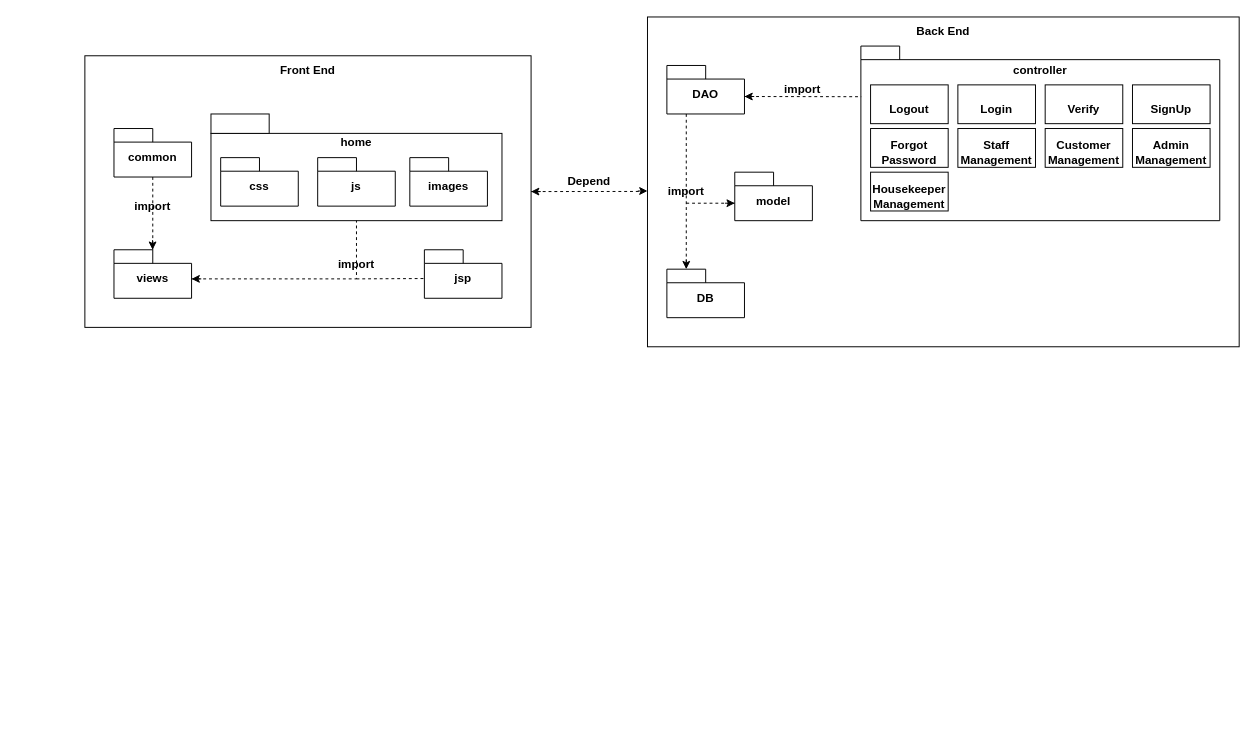
Earlier version of the draw.io diagram Untitled Diagram.drawio (AkaiZed/flowchat). Source tidied: cells renumbered, new cells numbered last; positions are measured from the earlier drawing's top-left corner, leaving out a move shared by most shapes. Both pictures are drawn from the tidied source at 97%, with x=0, y=0 at pixel (84, 16).
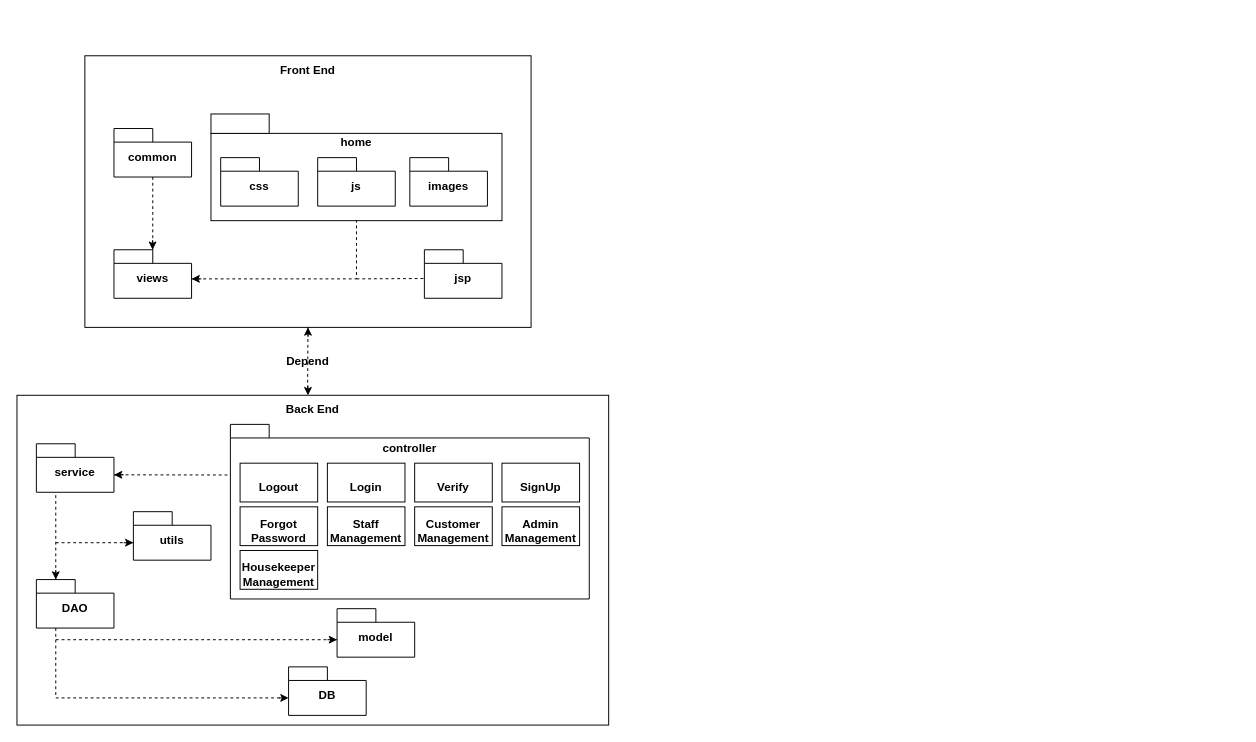
The same diagram, later.

The change refers to these unchanged cells:
```xml
<mxCell id="2" value="&lt;p&gt;&lt;br&gt;&lt;/p&gt;" style="rounded=0;whiteSpace=wrap;html=1;" parent="1" vertex="1">
  <mxGeometry y="40" width="460" height="280" as="geometry" />
</mxCell>
```

Diff of the diagram source:
```diff
@@
-    <mxCell id="18" value="import" style="text;html=1;align=center;verticalAlign=middle;whiteSpace=wrap;rounded=0;fontFamily=Helvetica;fontSize=12;fontColor=default;fontStyle=1;" parent="1" vertex="1">
-      <mxGeometry x="250" y="240" width="60" height="30" as="geometry" />
-    </mxCell>
-    <mxCell id="19" value="import" style="text;html=1;align=center;verticalAlign=middle;whiteSpace=wrap;rounded=0;fontFamily=Helvetica;fontSize=12;fontColor=default;fontStyle=1;" parent="1" vertex="1">
-      <mxGeometry x="40" y="180" width="60" height="30" as="geometry" />
-    </mxCell>
     <mxCell id="20" style="rounded=0;whiteSpace=wrap;html=1;strokeColor=default;align=center;verticalAlign=middle;spacingTop=10;fontFamily=Helvetica;fontSize=12;fontColor=default;fontStyle=1;fillColor=default;" parent="1" vertex="1">
-      <mxGeometry x="580" width="610" height="340" as="geometry" />
+      <mxGeometry x="-70" y="390" width="610" height="340" as="geometry" />
     </mxCell>
-    <mxCell id="21" style="endArrow=none;dashed=1;html=1;rounded=0;fontFamily=Helvetica;fontSize=12;fontColor=default;fontStyle=1;exitX=1;exitY=0.5;exitDx=0;exitDy=0;entryX=0;entryY=0.529;entryDx=0;entryDy=0;entryPerimeter=0;" parent="1" edge="1" source="2" target="20">
+    <mxCell id="21" style="endArrow=none;dashed=1;html=1;rounded=0;fontFamily=Helvetica;fontSize=12;fontColor=default;fontStyle=1;exitX=0.5;exitY=1;exitDx=0;exitDy=0;entryX=0.41;entryY=-0.028;entryDx=0;entryDy=0;entryPerimeter=0;" parent="1" edge="1" source="2" target="25">
       <mxGeometry relative="1" as="geometry" />
     </mxCell>
-    <mxCell id="22" style="endArrow=classic;html=1;rounded=0;fontFamily=Helvetica;fontSize=12;fontColor=default;fontStyle=1;" parent="1" edge="1">
+    <mxCell id="22" style="endArrow=classic;html=1;rounded=0;fontFamily=Helvetica;fontSize=12;fontColor=default;fontStyle=1;entryX=0.5;entryY=1;entryDx=0;entryDy=0;" parent="1" edge="1" target="2">
       <mxGeometry relative="1" as="geometry">
-        <mxPoint x="470" y="180" as="sourcePoint" />
-        <mxPoint x="460" y="180" as="targetPoint" />
+        <mxPoint x="230" y="330" as="sourcePoint" />
       </mxGeometry>
     </mxCell>
     <mxCell id="23" style="endArrow=classic;html=1;rounded=0;fontFamily=Helvetica;fontSize=12;fontColor=default;fontStyle=1;" parent="1" edge="1">
       <mxGeometry relative="1" as="geometry">
-        <mxPoint x="570" y="179.4" as="sourcePoint" />
-        <mxPoint x="580" y="179.4" as="targetPoint" />
+        <mxPoint x="230" y="380" as="sourcePoint" />
+        <mxPoint x="230" y="390" as="targetPoint" />
       </mxGeometry>
     </mxCell>
     <mxCell id="24" value="Depend" style="text;html=1;align=center;verticalAlign=middle;whiteSpace=wrap;rounded=0;fontFamily=Helvetica;fontSize=12;fontColor=default;fontStyle=1;" parent="1" vertex="1">
-      <mxGeometry x="490" y="155" width="60" height="30" as="geometry" />
+      <mxGeometry x="200" y="340" width="60" height="30" as="geometry" />
     </mxCell>
     <mxCell id="25" value="Back End" style="text;html=1;align=center;verticalAlign=middle;whiteSpace=wrap;rounded=0;fontFamily=Helvetica;fontSize=12;fontColor=default;fontStyle=1;" parent="1" vertex="1">
-      <mxGeometry x="855" width="60" height="30" as="geometry" />
+      <mxGeometry x="205" y="390" width="60" height="30" as="geometry" />
     </mxCell>
     <mxCell id="26" value="model" style="shape=folder;fontStyle=1;spacingTop=10;tabWidth=40;tabHeight=14;tabPosition=left;html=1;whiteSpace=wrap;" parent="1" vertex="1">
-      <mxGeometry x="670" y="160" width="80" height="50" as="geometry" />
+      <mxGeometry x="260" y="610" width="80" height="50" as="geometry" />
     </mxCell>
     <mxCell id="27" value="DB" style="shape=folder;fontStyle=1;spacingTop=10;tabWidth=40;tabHeight=14;tabPosition=left;html=1;whiteSpace=wrap;" parent="1" vertex="1">
-      <mxGeometry x="600" y="260" width="80" height="50" as="geometry" />
+      <mxGeometry x="210" y="670" width="80" height="50" as="geometry" />
     </mxCell>
     <mxCell id="28" style="shape=folder;fontStyle=1;spacingTop=10;tabWidth=40;tabHeight=14;tabPosition=left;html=1;whiteSpace=wrap;" parent="1" vertex="1">
-      <mxGeometry x="800" y="30" width="370" height="180" as="geometry" />
+      <mxGeometry x="150" y="420" width="370" height="180" as="geometry" />
     </mxCell>
     <mxCell id="29" value="DAO" style="shape=folder;fontStyle=1;spacingTop=10;tabWidth=40;tabHeight=14;tabPosition=left;html=1;whiteSpace=wrap;" parent="1" vertex="1">
-      <mxGeometry x="600" y="50" width="80" height="50" as="geometry" />
+      <mxGeometry x="-50" y="580" width="80" height="50" as="geometry" />
     </mxCell>
     <mxCell id="30" value="Login" style="rounded=0;whiteSpace=wrap;html=1;strokeColor=default;align=center;verticalAlign=middle;spacingTop=10;fontFamily=Helvetica;fontSize=12;fontColor=default;fontStyle=1;fillColor=default;" parent="1" vertex="1">
-      <mxGeometry x="900" y="70" width="80" height="40" as="geometry" />
+      <mxGeometry x="250" y="460" width="80" height="40" as="geometry" />
     </mxCell>
     <mxCell id="31" value="Logout" style="rounded=0;whiteSpace=wrap;html=1;strokeColor=default;align=center;verticalAlign=middle;spacingTop=10;fontFamily=Helvetica;fontSize=12;fontColor=default;fontStyle=1;fillColor=default;" parent="1" vertex="1">
-      <mxGeometry x="810" y="70" width="80" height="40" as="geometry" />
+      <mxGeometry x="160" y="460" width="80" height="40" as="geometry" />
     </mxCell>
     <mxCell id="32" value="SignUp" style="rounded=0;whiteSpace=wrap;html=1;strokeColor=default;align=center;verticalAlign=middle;spacingTop=10;fontFamily=Helvetica;fontSize=12;fontColor=default;fontStyle=1;fillColor=default;" parent="1" vertex="1">
-      <mxGeometry x="1080" y="70" width="80" height="40" as="geometry" />
+      <mxGeometry x="430" y="460" width="80" height="40" as="geometry" />
     </mxCell>
     <mxCell id="33" value="Forgot Password" style="rounded=0;whiteSpace=wrap;html=1;strokeColor=default;align=center;verticalAlign=middle;spacingTop=10;fontFamily=Helvetica;fontSize=12;fontColor=default;fontStyle=1;fillColor=default;" parent="1" vertex="1">
-      <mxGeometry x="810" y="115" width="80" height="40" as="geometry" />
+      <mxGeometry x="160" y="505" width="80" height="40" as="geometry" />
     </mxCell>
     <mxCell id="34" value="Verify" style="rounded=0;whiteSpace=wrap;html=1;strokeColor=default;align=center;verticalAlign=middle;spacingTop=10;fontFamily=Helvetica;fontSize=12;fontColor=default;fontStyle=1;fillColor=default;" parent="1" vertex="1">
-      <mxGeometry x="990" y="70" width="80" height="40" as="geometry" />
+      <mxGeometry x="340" y="460" width="80" height="40" as="geometry" />
     </mxCell>
     <mxCell id="35" value="controller" style="text;html=1;align=center;verticalAlign=middle;whiteSpace=wrap;rounded=0;fontFamily=Helvetica;fontSize=12;fontColor=default;fontStyle=1;" parent="1" vertex="1">
-      <mxGeometry x="955" y="40" width="60" height="30" as="geometry" />
+      <mxGeometry x="305" y="430" width="60" height="30" as="geometry" />
     </mxCell>
     <mxCell id="36" value="Staff Management" style="rounded=0;whiteSpace=wrap;html=1;strokeColor=default;align=center;verticalAlign=middle;spacingTop=10;fontFamily=Helvetica;fontSize=12;fontColor=default;fontStyle=1;fillColor=default;" parent="1" vertex="1">
-      <mxGeometry x="900" y="115" width="80" height="40" as="geometry" />
+      <mxGeometry x="250" y="505" width="80" height="40" as="geometry" />
     </mxCell>
     <mxCell id="37" value="Customer&lt;div&gt;Management&lt;/div&gt;" style="rounded=0;whiteSpace=wrap;html=1;strokeColor=default;align=center;verticalAlign=middle;spacingTop=10;fontFamily=Helvetica;fontSize=12;fontColor=default;fontStyle=1;fillColor=default;" parent="1" vertex="1">
-      <mxGeometry x="990" y="115" width="80" height="40" as="geometry" />
+      <mxGeometry x="340" y="505" width="80" height="40" as="geometry" />
     </mxCell>
     <mxCell id="38" value="Admin&lt;br&gt;&lt;div&gt;&lt;span style=&quot;background-color: transparent; color: light-dark(rgb(0, 0, 0), rgb(255, 255, 255));&quot;&gt;Management&lt;/span&gt;&lt;/div&gt;" style="rounded=0;whiteSpace=wrap;html=1;strokeColor=default;align=center;verticalAlign=middle;spacingTop=10;fontFamily=Helvetica;fontSize=12;fontColor=default;fontStyle=1;fillColor=default;" parent="1" vertex="1">
-      <mxGeometry x="1080" y="115" width="80" height="40" as="geometry" />
+      <mxGeometry x="430" y="505" width="80" height="40" as="geometry" />
     </mxCell>
     <mxCell id="39" value="Housekeeper&lt;br&gt;&lt;div&gt;&lt;span style=&quot;background-color: transparent; color: light-dark(rgb(0, 0, 0), rgb(255, 255, 255));&quot;&gt;Management&lt;/span&gt;&lt;/div&gt;" style="rounded=0;whiteSpace=wrap;html=1;strokeColor=default;align=center;verticalAlign=middle;spacingTop=10;fontFamily=Helvetica;fontSize=12;fontColor=default;fontStyle=1;fillColor=default;" parent="1" vertex="1">
-      <mxGeometry x="810" y="160" width="80" height="40" as="geometry" />
+      <mxGeometry x="160" y="550" width="80" height="40" as="geometry" />
     </mxCell>
     <mxCell id="40" style="endArrow=none;dashed=1;html=1;rounded=0;fontFamily=Helvetica;fontSize=12;fontColor=default;fontStyle=1;entryX=0.001;entryY=0.29;entryDx=0;entryDy=0;entryPerimeter=0;exitX=0;exitY=0;exitDx=80;exitDy=32;exitPerimeter=0;" parent="1" edge="1">
       <mxGeometry relative="1" as="geometry">
-        <mxPoint x="680" y="82" as="sourcePoint" />
-        <mxPoint x="800.4" y="82.2" as="targetPoint" />
+        <mxPoint x="30" y="472" as="sourcePoint" />
+        <mxPoint x="150.4" y="472.2" as="targetPoint" />
       </mxGeometry>
     </mxCell>
-    <mxCell id="41" style="endArrow=classic;html=1;rounded=0;fontFamily=Helvetica;fontSize=12;fontColor=default;fontStyle=1;entryX=0;entryY=0;entryDx=80;entryDy=32;entryPerimeter=0;" parent="1" edge="1" target="29">
+    <mxCell id="41" style="endArrow=classic;html=1;rounded=0;fontFamily=Helvetica;fontSize=12;fontColor=default;fontStyle=1;entryX=0;entryY=0;entryDx=20;entryDy=0;entryPerimeter=0;" parent="1" edge="1" target="29">
       <mxGeometry relative="1" as="geometry">
-        <mxPoint x="690" y="82" as="sourcePoint" />
+        <mxPoint x="-30" y="570" as="sourcePoint" />
       </mxGeometry>
     </mxCell>
-    <mxCell id="42" style="endArrow=none;dashed=1;html=1;rounded=0;fontFamily=Helvetica;fontSize=12;fontColor=default;fontStyle=1;entryX=0;entryY=0;entryDx=20;entryDy=0;entryPerimeter=0;exitX=0.25;exitY=1;exitDx=0;exitDy=0;exitPerimeter=0;" parent="1" edge="1" source="29" target="27">
-      <mxGeometry relative="1" as="geometry" />
+    <mxCell id="42" style="endArrow=none;dashed=1;html=1;rounded=0;fontFamily=Helvetica;fontSize=12;fontColor=default;fontStyle=1;entryX=0;entryY=0;entryDx=0;entryDy=32;entryPerimeter=0;exitX=0.25;exitY=1;exitDx=0;exitDy=0;exitPerimeter=0;" parent="1" edge="1" source="29" target="27">
+      <mxGeometry relative="1" as="geometry">
+        <Array as="points">
+          <mxPoint x="-30" y="702" />
+        </Array>
+      </mxGeometry>
     </mxCell>
     <mxCell id="43" style="endArrow=none;dashed=1;html=1;rounded=0;fontFamily=Helvetica;fontSize=12;fontColor=default;fontStyle=1;entryX=0;entryY=0;entryDx=0;entryDy=32;entryPerimeter=0;" parent="1" edge="1" target="26">
       <mxGeometry relative="1" as="geometry">
-        <mxPoint x="620" y="192" as="sourcePoint" />
+        <mxPoint x="-30" y="642" as="sourcePoint" />
       </mxGeometry>
     </mxCell>
     <mxCell id="44" style="endArrow=classic;html=1;rounded=0;fontFamily=Helvetica;fontSize=12;fontColor=default;fontStyle=1;entryX=0;entryY=0;entryDx=0;entryDy=32;entryPerimeter=0;" parent="1" edge="1" target="26">
       <mxGeometry relative="1" as="geometry">
-        <mxPoint x="660" y="192" as="sourcePoint" />
+        <mxPoint x="250" y="642" as="sourcePoint" />
       </mxGeometry>
     </mxCell>
-    <mxCell id="45" style="endArrow=classic;html=1;rounded=0;fontFamily=Helvetica;fontSize=12;fontColor=default;fontStyle=1;entryX=0;entryY=0;entryDx=20;entryDy=0;entryPerimeter=0;" parent="1" edge="1" target="27">
+    <mxCell id="45" style="endArrow=classic;html=1;rounded=0;fontFamily=Helvetica;fontSize=12;fontColor=default;fontStyle=1;entryX=0;entryY=0;entryDx=0;entryDy=32;entryPerimeter=0;" parent="1" edge="1" target="27">
       <mxGeometry relative="1" as="geometry">
-        <mxPoint x="620" y="250" as="sourcePoint" />
+        <mxPoint x="200" y="702" as="sourcePoint" />
       </mxGeometry>
     </mxCell>
-    <mxCell id="46" value="import" style="text;html=1;align=center;verticalAlign=middle;whiteSpace=wrap;rounded=0;fontFamily=Helvetica;fontSize=12;fontColor=default;fontStyle=1;" parent="1" vertex="1">
-      <mxGeometry x="710" y="60" width="60" height="30" as="geometry" />
-    </mxCell>
-    <mxCell id="47" value="import" style="text;html=1;align=center;verticalAlign=middle;whiteSpace=wrap;rounded=0;fontFamily=Helvetica;fontSize=12;fontColor=default;fontStyle=1;" parent="1" vertex="1">
-      <mxGeometry x="590" y="165" width="60" height="30" as="geometry" />
-    </mxCell>
+    <mxCell id="48" value="service" style="shape=folder;fontStyle=1;spacingTop=10;tabWidth=40;tabHeight=14;tabPosition=left;html=1;whiteSpace=wrap;" parent="1" vertex="1">
+      <mxGeometry x="-50" y="440" width="80" height="50" as="geometry" />
+    </mxCell>
+    <mxCell id="49" style="endArrow=classic;html=1;rounded=0;fontFamily=Helvetica;fontSize=12;fontColor=default;fontStyle=1;entryX=0;entryY=0;entryDx=80;entryDy=32;entryPerimeter=0;" parent="1" edge="1" target="48">
+      <mxGeometry relative="1" as="geometry">
+        <mxPoint x="40" y="472" as="sourcePoint" />
+      </mxGeometry>
+    </mxCell>
+    <mxCell id="50" style="endArrow=none;dashed=1;html=1;rounded=0;exitX=0;exitY=0;exitDx=20;exitDy=0;exitPerimeter=0;entryX=0.25;entryY=1;entryDx=0;entryDy=0;entryPerimeter=0;" parent="1" edge="1" source="29" target="48">
+      <mxGeometry relative="1" as="geometry">
+        <Array as="points">
+          <mxPoint x="-30" y="570" />
+        </Array>
+      </mxGeometry>
+    </mxCell>
+    <mxCell id="51" value="utils" style="shape=folder;fontStyle=1;spacingTop=10;tabWidth=40;tabHeight=14;tabPosition=left;html=1;whiteSpace=wrap;" parent="1" vertex="1">
+      <mxGeometry x="50" y="510" width="80" height="50" as="geometry" />
+    </mxCell>
+    <mxCell id="52" style="endArrow=none;dashed=1;html=1;rounded=0;entryX=0;entryY=0;entryDx=0;entryDy=32;entryPerimeter=0;" parent="1" edge="1" target="51">
+      <mxGeometry relative="1" as="geometry">
+        <mxPoint x="-30" y="542" as="sourcePoint" />
+      </mxGeometry>
+    </mxCell>
+    <mxCell id="53" style="endArrow=classic;html=1;rounded=0;entryX=0;entryY=0;entryDx=0;entryDy=32;entryPerimeter=0;" parent="1" edge="1" target="51">
+      <mxGeometry relative="1" as="geometry">
+        <mxPoint x="40" y="542" as="sourcePoint" />
+      </mxGeometry>
+    </mxCell>
```
